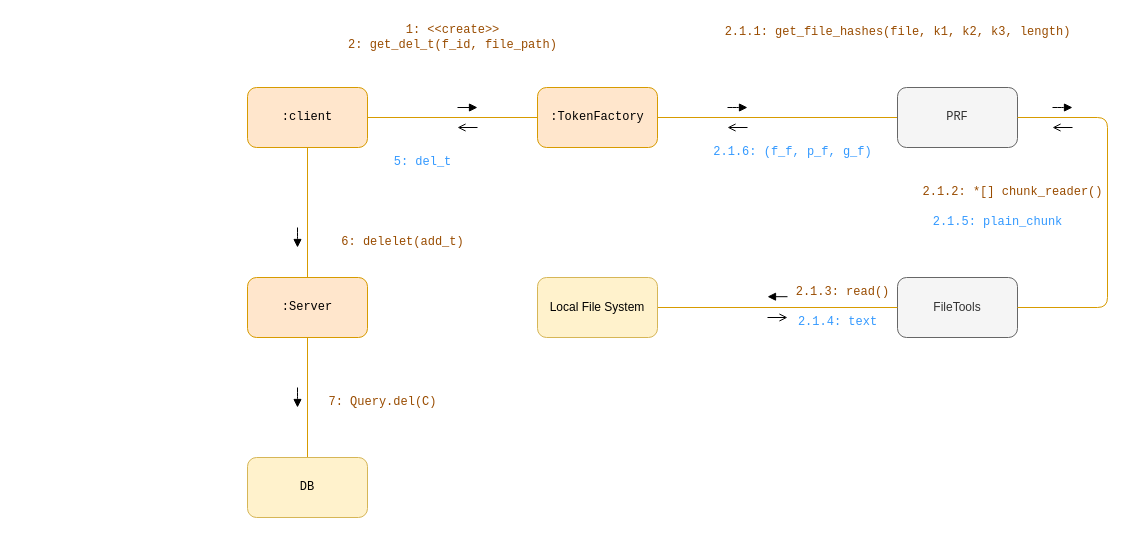
thisisel/dynamic-sse keeps this draw.io diagram as page "delete-communication" (3 of 4) of diagrams/behavioral/serevr-core.drawio. Above is the earlier version. Source tidied: cells renumbered, new cells numbered last; positions are measured from the earlier drawing's top-left corner, leaving out a move shared by most shapes. Both pictures are drawn from the tidied source at 100%, with x=0, y=0 at pixel (247, 17).
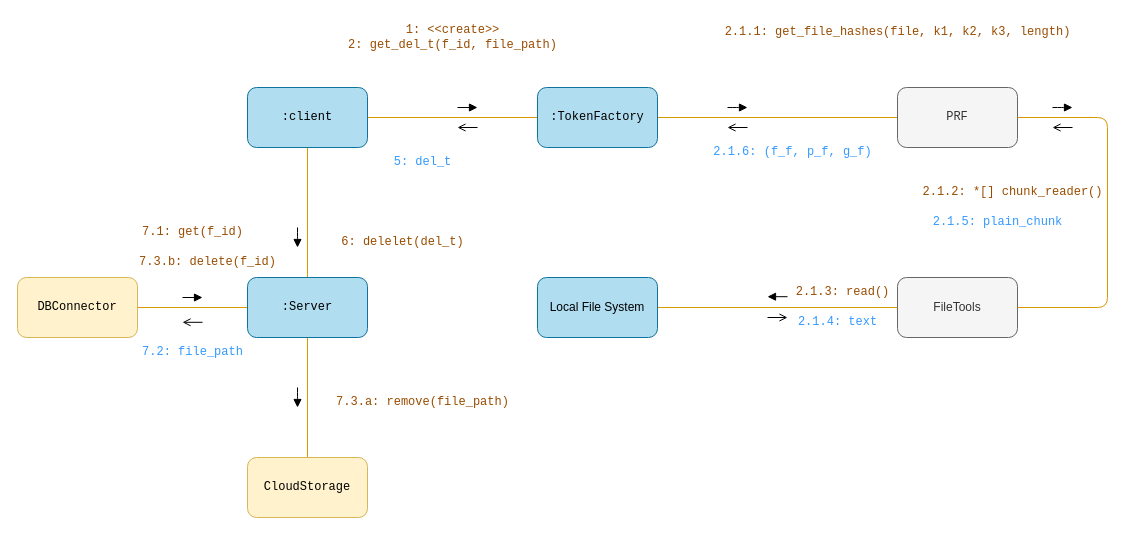
The same diagram, later.

Diff of the diagram source:
```diff
@@
-    <mxCell id="4" value=":client" style="rounded=1;whiteSpace=wrap;html=1;fontFamily=Courier New;fillColor=#ffe6cc;strokeColor=#d79b00;" parent="1" vertex="1">
+    <mxCell id="4" value=":client" style="rounded=1;whiteSpace=wrap;html=1;fontFamily=Courier New;fillColor=#b1ddf0;strokeColor=#10739e;" parent="1" vertex="1">
       <mxGeometry y="70" width="120" height="60" as="geometry" />
     </mxCell>
@@
-    <mxCell id="6" value=":TokenFactory" style="whiteSpace=wrap;html=1;rounded=1;fontFamily=Courier New;fillColor=#ffe6cc;strokeColor=#d79b00;" parent="1" vertex="1">
+    <mxCell id="6" value=":TokenFactory" style="whiteSpace=wrap;html=1;rounded=1;fontFamily=Courier New;fillColor=#b1ddf0;strokeColor=#10739e;" parent="1" vertex="1">
       <mxGeometry x="290" y="70" width="120" height="60" as="geometry" />
     </mxCell>
@@
+    <mxCell id="35" style="edgeStyle=orthogonalEdgeStyle;rounded=0;jettySize=auto;html=1;endArrow=none;endFill=0;strokeColor=#D79B00;" parent="1" edge="1" source="9" target="36">
+      <mxGeometry relative="1" as="geometry" />
+    </mxCell>
-    <mxCell id="9" value=":Server" style="whiteSpace=wrap;html=1;rounded=1;fontFamily=Courier New;fillColor=#ffe6cc;strokeColor=#d79b00;" parent="1" vertex="1">
+    <mxCell id="9" value=":Server" style="whiteSpace=wrap;html=1;rounded=1;fontFamily=Courier New;fillColor=#b1ddf0;strokeColor=#10739e;" parent="1" vertex="1">
       <mxGeometry y="260" width="120" height="60" as="geometry" />
     </mxCell>
@@
-    <mxCell id="17" value="&lt;font color=&quot;#994c00&quot;&gt;6: delelet(add_t)&lt;/font&gt;" style="text;html=1;align=center;verticalAlign=middle;strokeColor=none;fillColor=none;fontFamily=Courier New;" parent="1" vertex="1">
+    <mxCell id="17" value="&lt;font color=&quot;#994c00&quot;&gt;6: delelet(del_t)&lt;/font&gt;" style="text;html=1;align=center;verticalAlign=middle;strokeColor=none;fillColor=none;fontFamily=Courier New;" parent="1" vertex="1">
       <mxGeometry x="80" y="210" width="150" height="30" as="geometry" />
     </mxCell>
@@
-    <mxCell id="29" value="DB" style="whiteSpace=wrap;html=1;fontFamily=Courier New;fillColor=#fff2cc;strokeColor=#d6b656;rounded=1;" parent="1" vertex="1">
+    <mxCell id="29" value="CloudStorage" style="whiteSpace=wrap;html=1;fontFamily=Courier New;fillColor=#fff2cc;strokeColor=#d6b656;rounded=1;" parent="1" vertex="1">
       <mxGeometry y="440" width="120" height="60" as="geometry" />
     </mxCell>
@@
-    <mxCell id="31" value="&lt;font color=&quot;#994c00&quot;&gt;7: Query.del(C)&lt;/font&gt;" style="text;html=1;align=center;verticalAlign=middle;strokeColor=none;fillColor=none;fontFamily=Courier New;" parent="1" vertex="1">
-      <mxGeometry x="70" y="370" width="130" height="30" as="geometry" />
+    <mxCell id="31" value="&lt;font color=&quot;#994c00&quot;&gt;7.3.a: remove(file_path)&lt;/font&gt;" style="text;html=1;align=center;verticalAlign=middle;strokeColor=none;fillColor=none;fontFamily=Courier New;" parent="1" vertex="1">
+      <mxGeometry x="75" y="370" width="200" height="30" as="geometry" />
     </mxCell>
@@
-    <mxCell id="34" value="Local File System" style="whiteSpace=wrap;html=1;fillColor=#fff2cc;strokeColor=#d6b656;rounded=1;" parent="1" vertex="1">
+    <mxCell id="34" value="Local File System" style="whiteSpace=wrap;html=1;fillColor=#b1ddf0;strokeColor=#10739e;rounded=1;" parent="1" vertex="1">
       <mxGeometry x="290" y="260" width="120" height="60" as="geometry" />
     </mxCell>
+    <mxCell id="36" value="DBConnector" style="whiteSpace=wrap;html=1;fontFamily=Courier New;fillColor=#fff2cc;strokeColor=#d6b656;rounded=1;" parent="1" vertex="1">
+      <mxGeometry x="-230" y="260" width="120" height="60" as="geometry" />
+    </mxCell>
+    <mxCell id="37" value="&lt;font color=&quot;#994c00&quot;&gt;7.1: get(f_id)&lt;/font&gt;" style="text;html=1;align=center;verticalAlign=middle;strokeColor=none;fillColor=none;fontFamily=Courier New;" parent="1" vertex="1">
+      <mxGeometry x="-115" y="200" width="120" height="30" as="geometry" />
+    </mxCell>
+    <mxCell id="38" style="html=1;verticalAlign=bottom;labelBackgroundColor=none;endArrow=block;endFill=1;fontFamily=Courier New;fillColor=#ffe6cc;strokeColor=#000000;" parent="1" edge="1">
+      <mxGeometry relative="1" as="geometry">
+        <mxPoint x="-65" y="280" as="sourcePoint" />
+        <mxPoint x="-45" y="280" as="targetPoint" />
+      </mxGeometry>
+    </mxCell>
+    <mxCell id="39" style="html=1;verticalAlign=bottom;labelBackgroundColor=none;endArrow=open;endFill=0;fontFamily=Courier New;fillColor=#ffe6cc;strokeColor=#000000;" parent="1" edge="1">
+      <mxGeometry relative="1" as="geometry">
+        <mxPoint x="-45" y="304.8" as="sourcePoint" />
+        <mxPoint x="-65" y="304.8" as="targetPoint" />
+      </mxGeometry>
+    </mxCell>
+    <mxCell id="40" value="&lt;font color=&quot;#3399ff&quot;&gt;7.2: file_path&lt;/font&gt;" style="text;html=1;align=center;verticalAlign=middle;strokeColor=none;fillColor=none;fontFamily=Courier New;" parent="1" vertex="1">
+      <mxGeometry x="-115" y="320" width="120" height="30" as="geometry" />
+    </mxCell>
+    <mxCell id="41" value="&lt;font color=&quot;#994c00&quot;&gt;7.3.b: delete(f_id)&lt;/font&gt;" style="text;html=1;align=center;verticalAlign=middle;strokeColor=none;fillColor=none;fontFamily=Courier New;" parent="1" vertex="1">
+      <mxGeometry x="-120" y="230" width="160" height="30" as="geometry" />
+    </mxCell>
```
